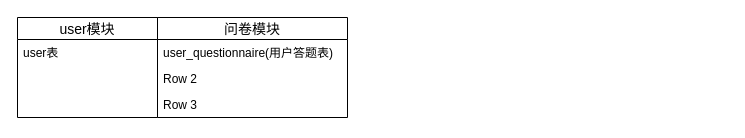
The draw.io diagram 未命名表单.drawio in suxmgit/drawflowchat, before the edit. Source tidied: cells renumbered, new cells numbered last; positions are measured from the earlier drawing's top-left corner, leaving out a move shared by most shapes. Both pictures are drawn from the tidied source at 100%, with x=0, y=0 at pixel (17, 17).
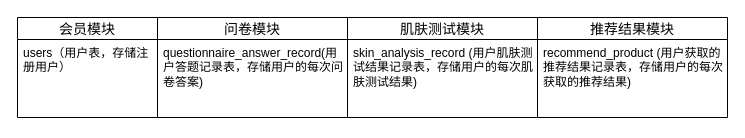
The same page after the edit.

Commit message:
olay肌肤测试小程序数据模型.drawio

The edit, as a diff of the source:
```diff
@@
 <mxGraphModel background="#ffffff">
   <root>
     <mxCell id="0" />
     <mxCell id="1" parent="0" />
-    <mxCell id="2" value="user模块" style="swimlane;fontStyle=0;horizontal=1;startSize=22;fillColor=none;swimlaneFillColor=#ffffff;align=center;fontSize=14;" parent="1" vertex="1">
+    <mxCell id="2" value="会员模块" style="swimlane;fontStyle=0;horizontal=1;startSize=22;fillColor=none;swimlaneFillColor=#ffffff;align=center;fontSize=14;" parent="1" vertex="1">
       <mxGeometry width="140" height="100" as="geometry" />
     </mxCell>
-    <mxCell id="3" value="user表" style="text;strokeColor=none;fillColor=none;spacingLeft=4;spacingRight=4;overflow=hidden;fontSize=12;" parent="2" vertex="1">
+    <mxCell id="3" value="users（用户表，存储注册用户）" style="text;strokeColor=none;fillColor=none;spacingLeft=4;spacingRight=4;overflow=hidden;fontSize=12;whiteSpace=wrap;" parent="2" vertex="1">
       <mxGeometry y="22" width="140" height="78" as="geometry" />
     </mxCell>
     <mxCell id="4" value="问卷模块" style="swimlane;fontStyle=0;horizontal=1;startSize=22;fillColor=none;swimlaneFillColor=#ffffff;align=center;fontSize=14;" parent="1" vertex="1">
       <mxGeometry x="140" width="190" height="100" as="geometry" />
     </mxCell>
-    <mxCell id="5" value="user_questionnaire(用户答题表)" style="text;strokeColor=none;fillColor=none;spacingLeft=4;spacingRight=4;overflow=hidden;fontSize=12;" parent="4" vertex="1">
-      <mxGeometry y="22" width="190" height="26" as="geometry" />
+    <mxCell id="5" value="questionnaire_answer_record(用户答题记录表，存储用户的每次问卷答案)" style="text;strokeColor=none;fillColor=none;spacingLeft=4;spacingRight=4;overflow=hidden;fontSize=12;whiteSpace=wrap;" parent="4" vertex="1">
+      <mxGeometry y="22" width="190" height="78" as="geometry" />
     </mxCell>
-    <mxCell id="6" value="Row 2" style="text;strokeColor=none;fillColor=none;spacingLeft=4;spacingRight=4;overflow=hidden;fontSize=12;" parent="4" vertex="1">
-      <mxGeometry y="48" width="190" height="26" as="geometry" />
-    </mxCell>
-    <mxCell id="7" value="Row 3" style="text;strokeColor=none;fillColor=none;spacingLeft=4;spacingRight=4;overflow=hidden;fontSize=12;" parent="4" vertex="1">
-      <mxGeometry y="74" width="190" height="26" as="geometry" />
-    </mxCell>
+    <mxCell id="8" value="肌肤测试模块" style="swimlane;fontStyle=0;horizontal=1;startSize=22;fillColor=none;swimlaneFillColor=#ffffff;align=center;fontSize=14;" parent="1" vertex="1">
+      <mxGeometry x="330" width="190" height="100" as="geometry" />
+    </mxCell>
+    <mxCell id="9" value="skin_analysis_record (用户肌肤测试结果记录表，存储用户的每次肌肤测试结果)" style="text;strokeColor=none;fillColor=none;spacingLeft=4;spacingRight=4;overflow=hidden;fontSize=12;whiteSpace=wrap;" parent="8" vertex="1">
+      <mxGeometry y="22" width="190" height="78" as="geometry" />
+    </mxCell>
+    <mxCell id="10" value="推荐结果模块" style="swimlane;fontStyle=0;horizontal=1;startSize=22;fillColor=none;swimlaneFillColor=#ffffff;align=center;fontSize=14;" parent="1" vertex="1">
+      <mxGeometry x="520" width="190" height="100" as="geometry" />
+    </mxCell>
+    <mxCell id="11" value="recommend_product (用户获取的推荐结果记录表，存储用户的每次获取的推荐结果)" style="text;strokeColor=none;fillColor=none;spacingLeft=4;spacingRight=4;overflow=hidden;fontSize=12;whiteSpace=wrap;" parent="10" vertex="1">
+      <mxGeometry y="22" width="190" height="78" as="geometry" />
+    </mxCell>
   </root>
 </mxGraphModel>
```
